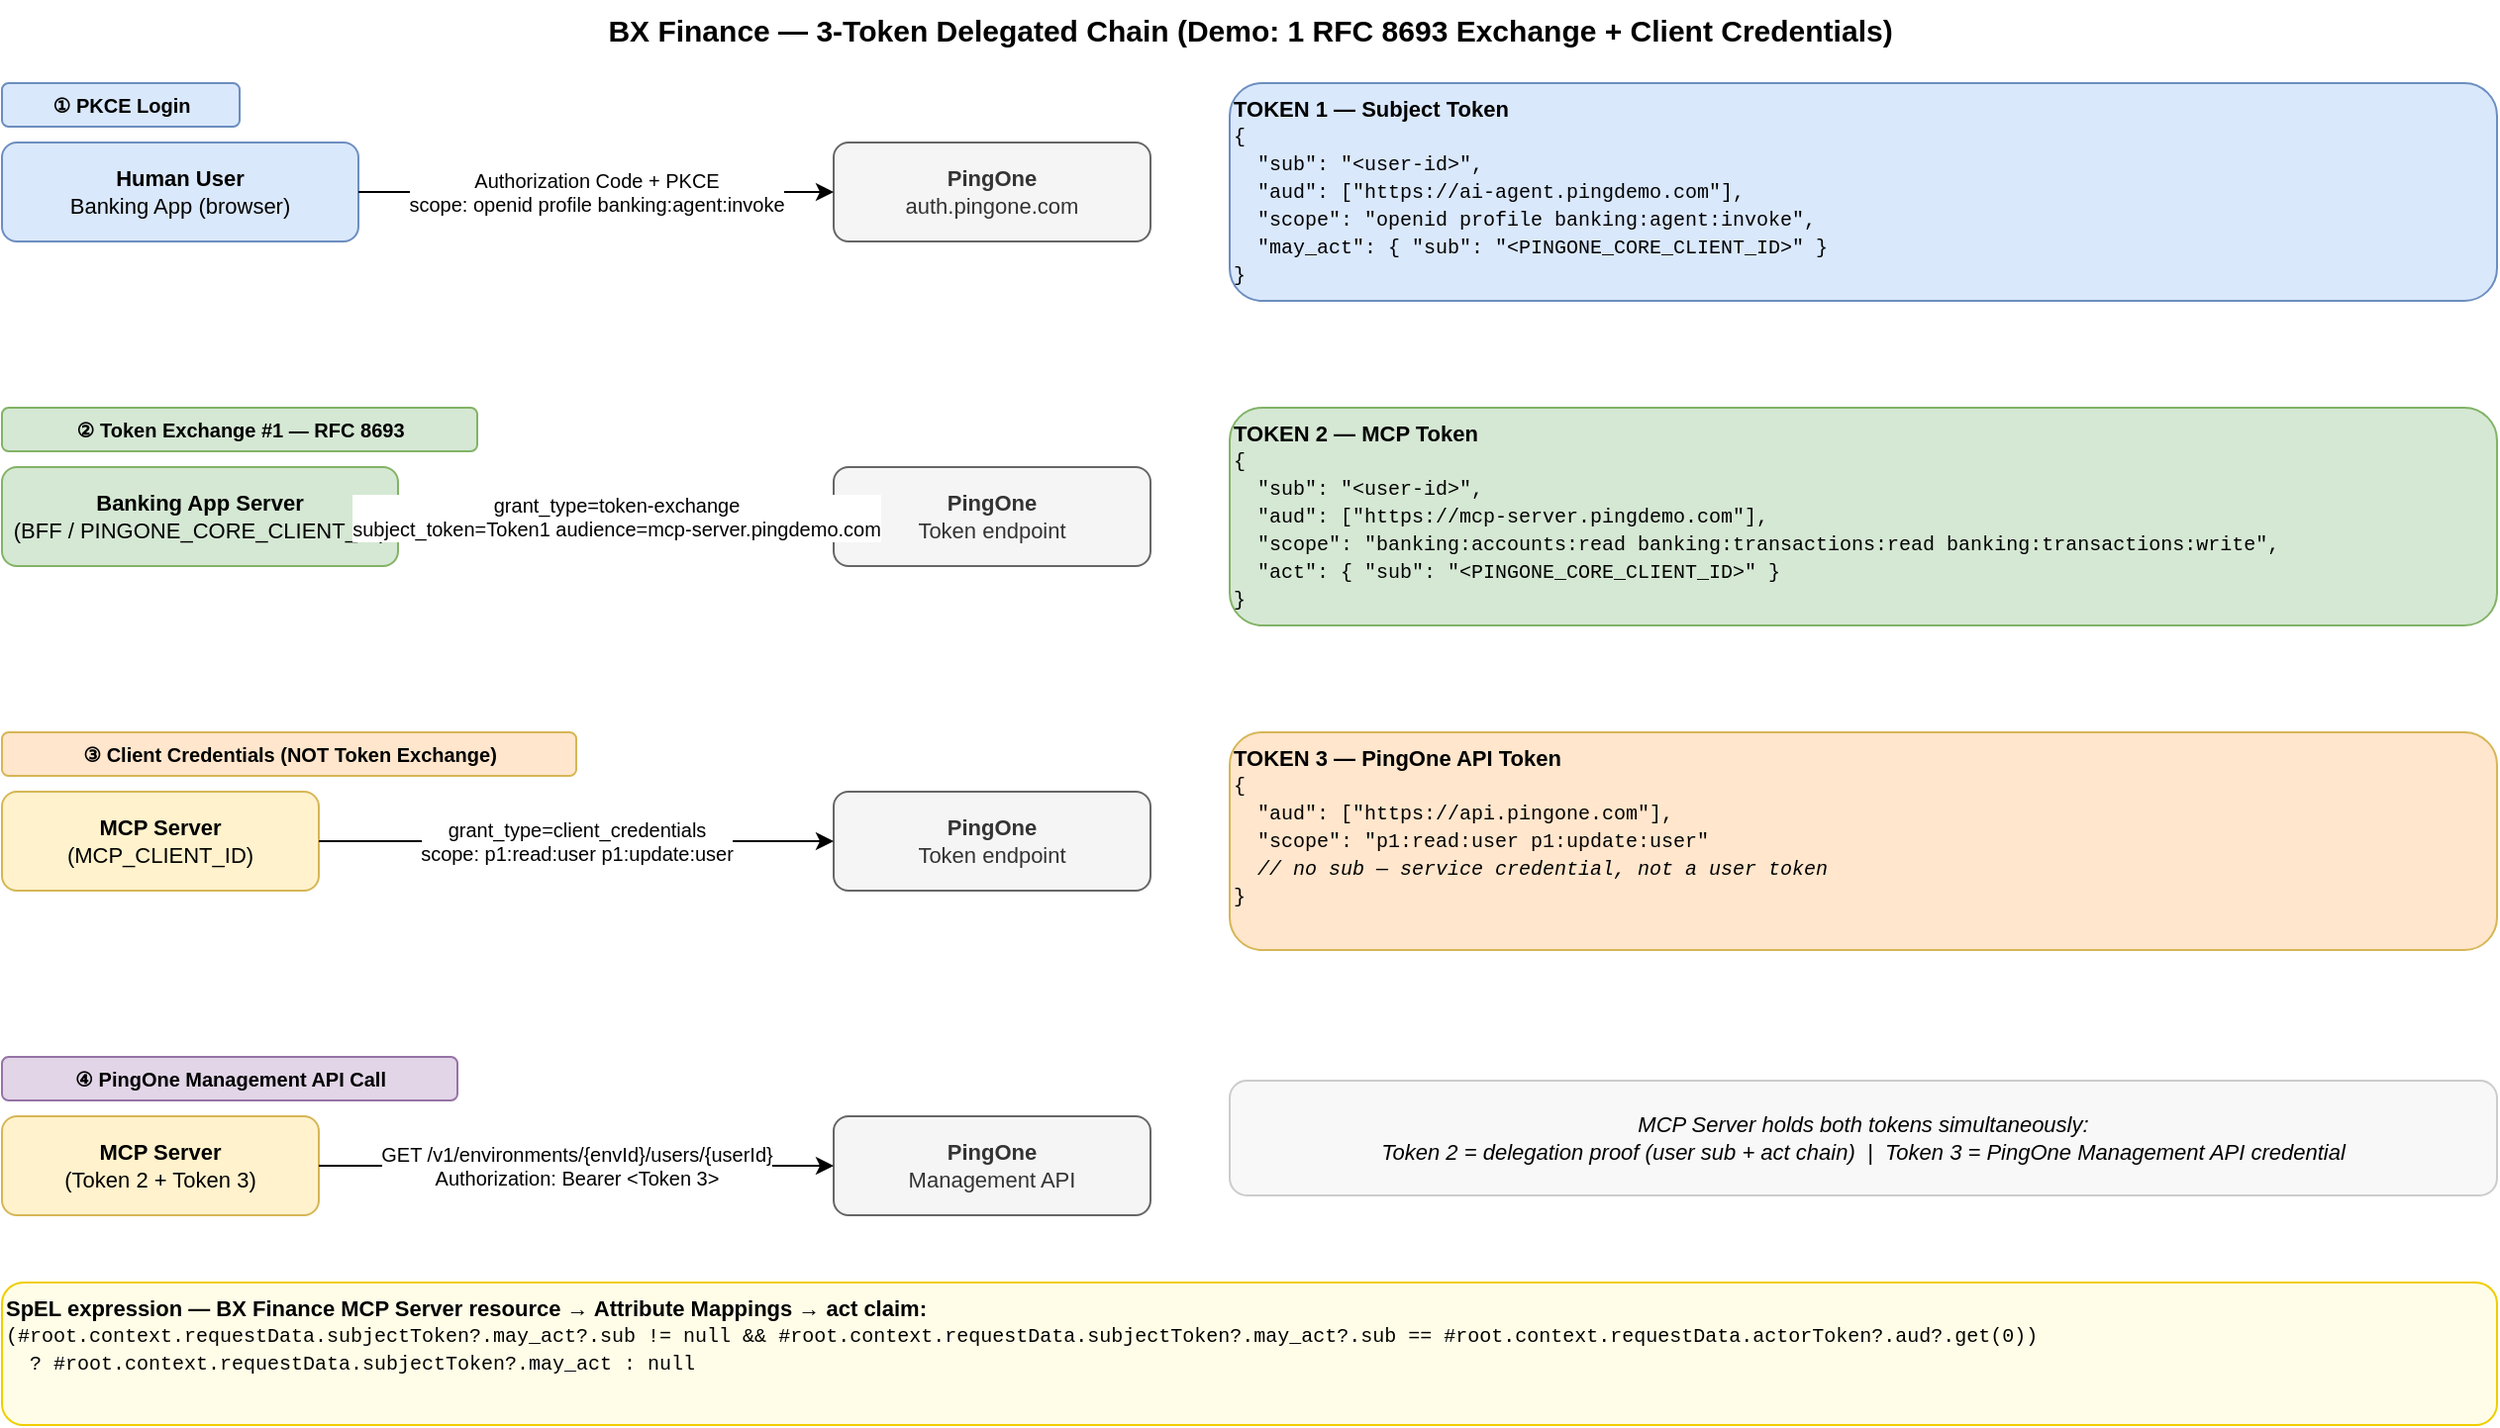
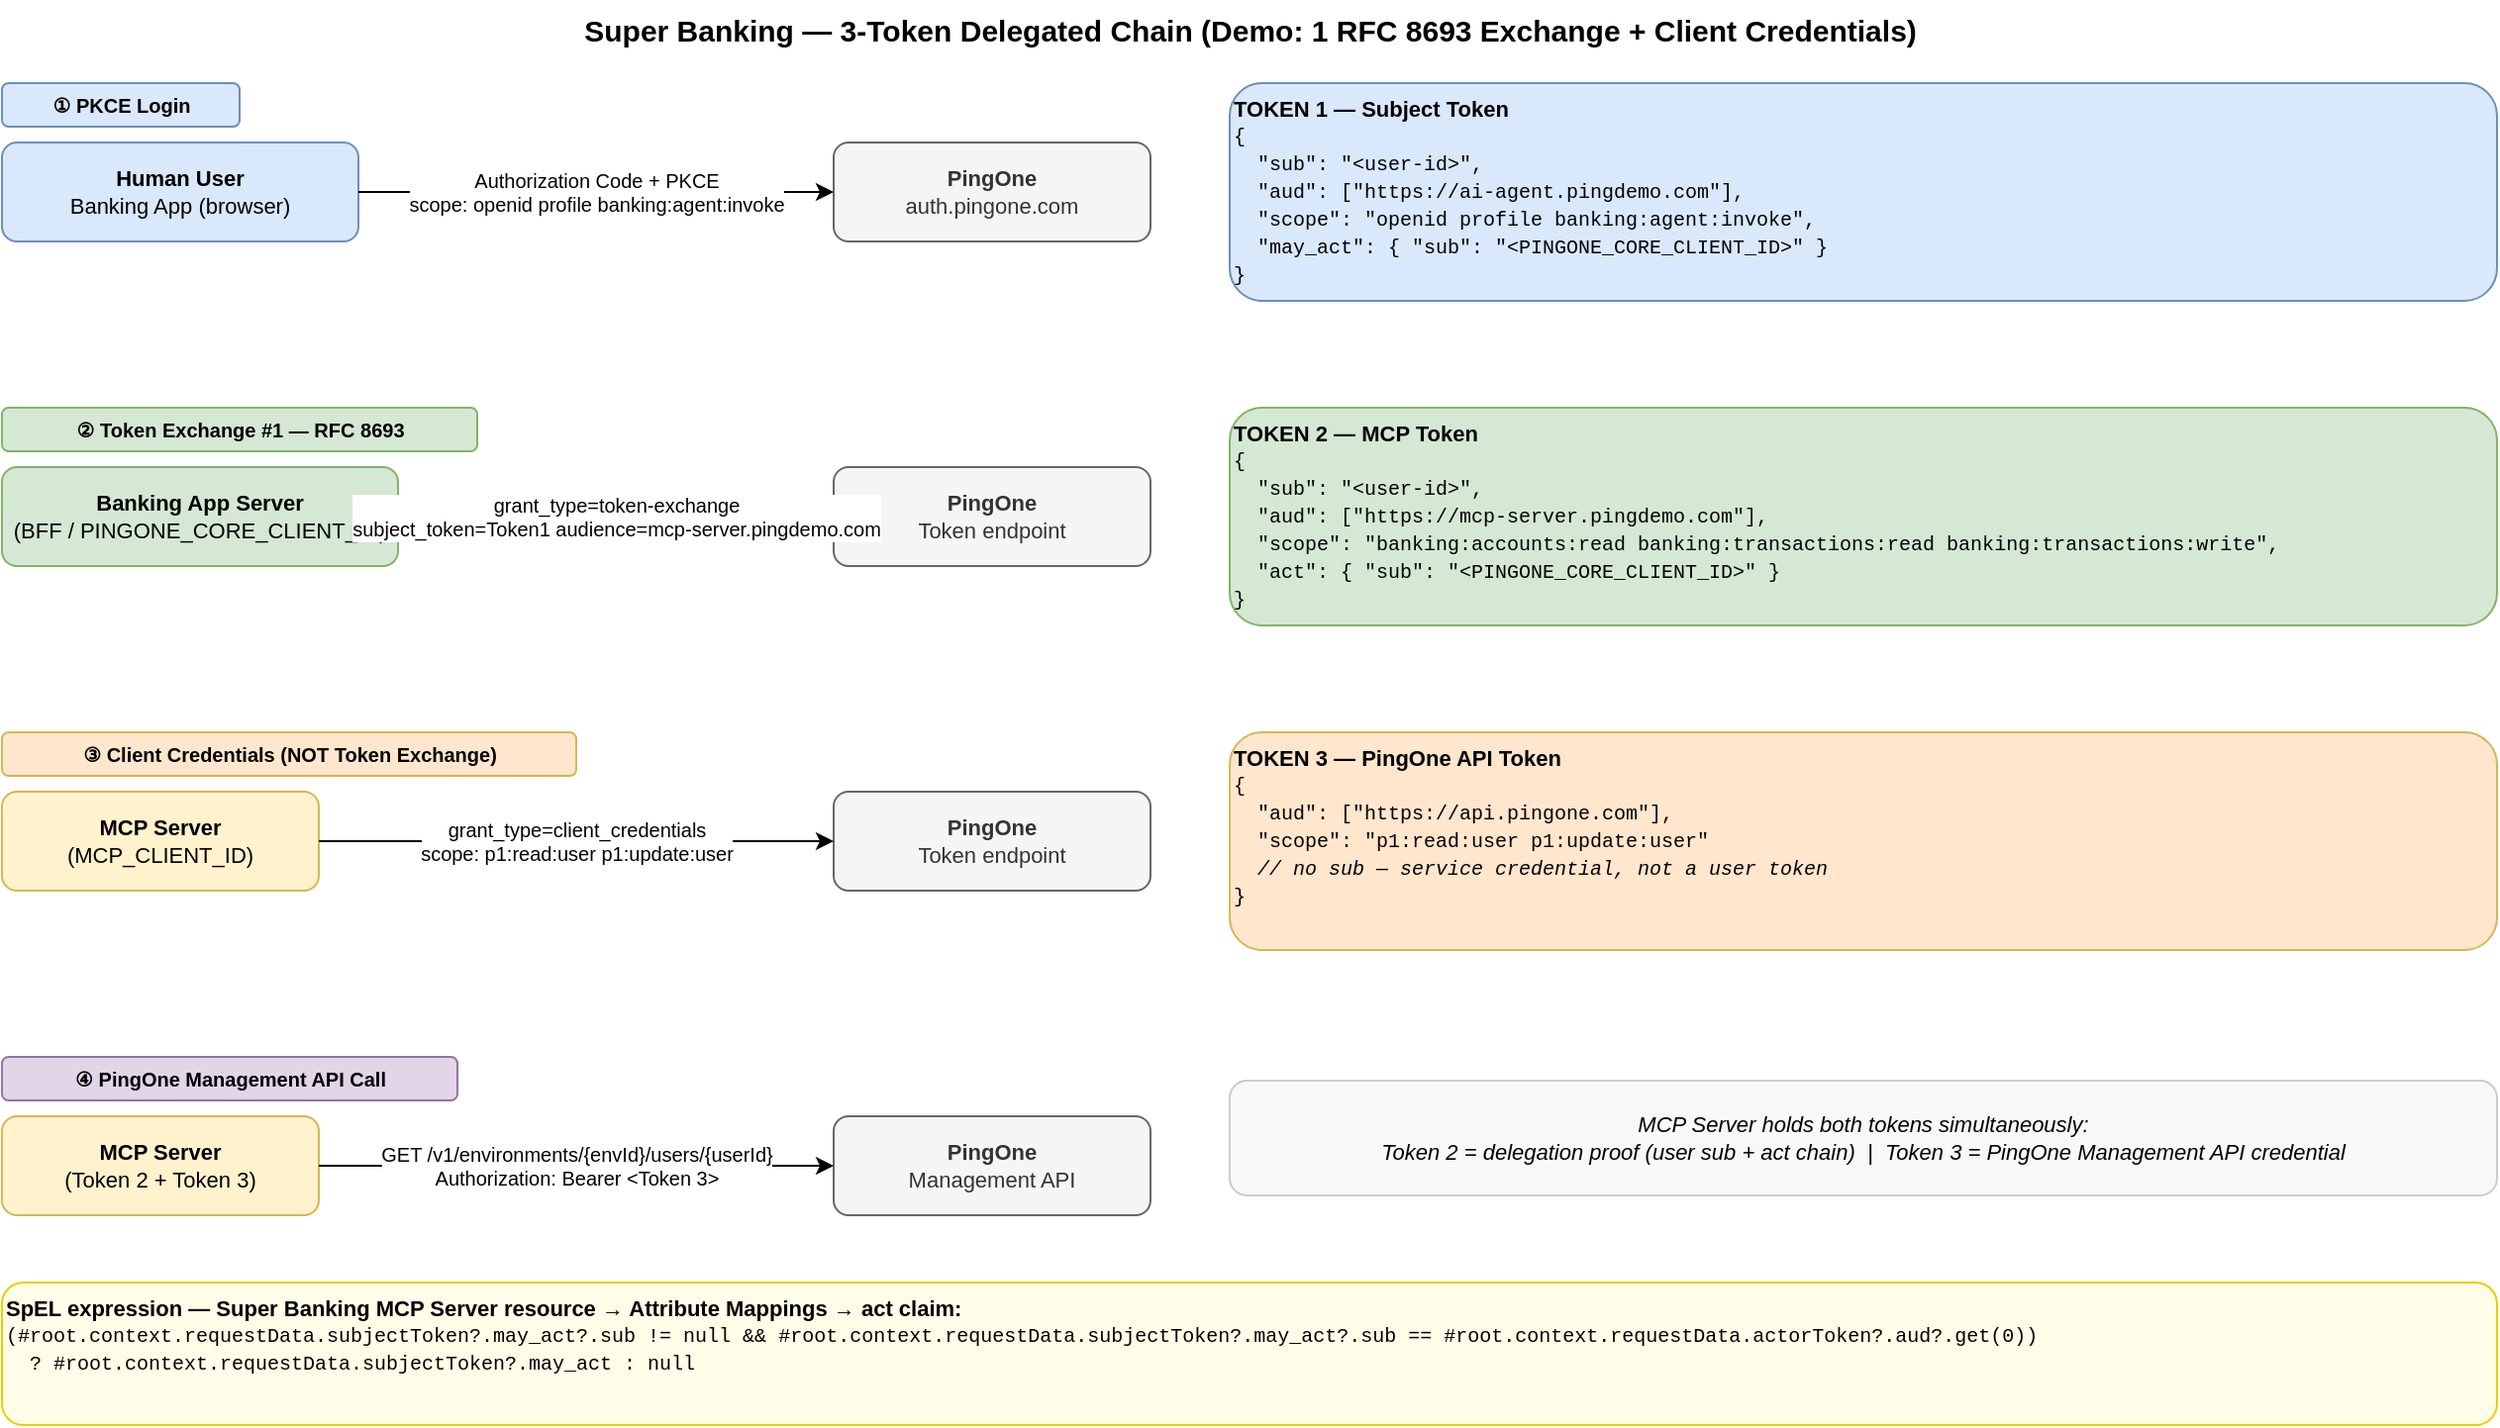
<mxGraphModel dx="1422" dy="762" grid="0" gridSize="10" guides="0" tooltips="1" connect="1" arrows="1" fold="1" page="1" pageScale="1" pageWidth="1300" pageHeight="790" math="0" shadow="0">
  <root>
    <mxCell id="0"/>
    <mxCell id="1" parent="0"/>

    <!-- Title -->
-     <mxCell id="2" value="BX Finance — 3-Token Delegated Chain (Demo: 1 RFC 8693 Exchange + Client Credentials)" style="text;html=1;strokeColor=none;fillColor=none;align=center;verticalAlign=middle;fontSize=15;fontStyle=1;" vertex="1" parent="1">
+     <mxCell id="2" value="Super Banking — 3-Token Delegated Chain (Demo: 1 RFC 8693 Exchange + Client Credentials)" style="text;html=1;strokeColor=none;fillColor=none;align=center;verticalAlign=middle;fontSize=15;fontStyle=1;" vertex="1" parent="1">
      <mxGeometry x="20" y="14" width="1260" height="30" as="geometry"/>
    </mxCell>

    <!-- ── STEP 1: PKCE Login ── -->
    <mxCell id="10" value="① PKCE Login" style="text;html=1;rounded=1;fillColor=#dae8fc;strokeColor=#6c8ebf;fontSize=10;fontStyle=1;align=center;verticalAlign=middle;" vertex="1" parent="1">
      <mxGeometry x="20" y="56" width="120" height="22" as="geometry"/>
    </mxCell>
    <mxCell id="11" value="&lt;b&gt;Human User&lt;/b&gt;&lt;br&gt;Banking App (browser)" style="rounded=1;whiteSpace=wrap;html=1;fillColor=#dae8fc;strokeColor=#6c8ebf;fontSize=11;" vertex="1" parent="1">
      <mxGeometry x="20" y="86" width="180" height="50" as="geometry"/>
    </mxCell>
    <mxCell id="12" value="&lt;b&gt;PingOne&lt;/b&gt;&lt;br&gt;auth.pingone.com" style="rounded=1;whiteSpace=wrap;html=1;fillColor=#f5f5f5;strokeColor=#666666;fontColor=#333333;fontSize=11;" vertex="1" parent="1">
      <mxGeometry x="440" y="86" width="160" height="50" as="geometry"/>
    </mxCell>
    <mxCell id="13" value="Authorization Code + PKCE&lt;br&gt;scope: openid profile banking:agent:invoke" style="edgeStyle=orthogonalEdgeStyle;html=1;fontSize=10;labelBackgroundColor=#ffffff;" edge="1" source="11" target="12" parent="1">
      <mxGeometry relative="1" as="geometry"/>
    </mxCell>
    <mxCell id="14" value="&lt;b&gt;TOKEN 1 — Subject Token&lt;/b&gt;&lt;br&gt;&lt;font face=&quot;Courier New&quot; style=&quot;font-size:10px&quot;&gt;{&lt;br&gt;&amp;nbsp;&amp;nbsp;&quot;sub&quot;: &quot;&amp;lt;user-id&amp;gt;&quot;,&lt;br&gt;&amp;nbsp;&amp;nbsp;&quot;aud&quot;: [&quot;https://ai-agent.pingdemo.com&quot;],&lt;br&gt;&amp;nbsp;&amp;nbsp;&quot;scope&quot;: &quot;openid profile banking:agent:invoke&quot;,&lt;br&gt;&amp;nbsp;&amp;nbsp;&quot;may_act&quot;: { &quot;sub&quot;: &quot;&amp;lt;PINGONE_CORE_CLIENT_ID&amp;gt;&quot; }&lt;br&gt;}&lt;/font&gt;" style="rounded=1;whiteSpace=wrap;html=1;fillColor=#dae8fc;strokeColor=#6c8ebf;align=left;verticalAlign=top;fontSize=11;" vertex="1" parent="1">
      <mxGeometry x="640" y="56" width="640" height="110" as="geometry"/>
    </mxCell>

    <!-- ── STEP 2: Token Exchange #1 (RFC 8693) ── -->
    <mxCell id="20" value="② Token Exchange #1 — RFC 8693" style="text;html=1;rounded=1;fillColor=#d5e8d4;strokeColor=#82b366;fontSize=10;fontStyle=1;align=center;verticalAlign=middle;" vertex="1" parent="1">
      <mxGeometry x="20" y="220" width="240" height="22" as="geometry"/>
    </mxCell>
    <mxCell id="21" value="&lt;b&gt;Banking App Server&lt;/b&gt;&lt;br&gt;(BFF / PINGONE_CORE_CLIENT_ID)" style="rounded=1;whiteSpace=wrap;html=1;fillColor=#d5e8d4;strokeColor=#82b366;fontSize=11;" vertex="1" parent="1">
      <mxGeometry x="20" y="250" width="200" height="50" as="geometry"/>
    </mxCell>
    <mxCell id="22" value="&lt;b&gt;PingOne&lt;/b&gt;&lt;br&gt;Token endpoint" style="rounded=1;whiteSpace=wrap;html=1;fillColor=#f5f5f5;strokeColor=#666666;fontColor=#333333;fontSize=11;" vertex="1" parent="1">
      <mxGeometry x="440" y="250" width="160" height="50" as="geometry"/>
    </mxCell>
    <mxCell id="23" value="grant_type=token-exchange&lt;br&gt;subject_token=Token1   audience=mcp-server.pingdemo.com" style="edgeStyle=orthogonalEdgeStyle;html=1;fontSize=10;labelBackgroundColor=#ffffff;" edge="1" source="21" target="22" parent="1">
      <mxGeometry relative="1" as="geometry"/>
    </mxCell>
    <mxCell id="24" value="&lt;b&gt;TOKEN 2 — MCP Token&lt;/b&gt;&lt;br&gt;&lt;font face=&quot;Courier New&quot; style=&quot;font-size:10px&quot;&gt;{&lt;br&gt;&amp;nbsp;&amp;nbsp;&quot;sub&quot;: &quot;&amp;lt;user-id&amp;gt;&quot;,&lt;br&gt;&amp;nbsp;&amp;nbsp;&quot;aud&quot;: [&quot;https://mcp-server.pingdemo.com&quot;],&lt;br&gt;&amp;nbsp;&amp;nbsp;&quot;scope&quot;: &quot;banking:accounts:read banking:transactions:read banking:transactions:write&quot;,&lt;br&gt;&amp;nbsp;&amp;nbsp;&quot;act&quot;: { &quot;sub&quot;: &quot;&amp;lt;PINGONE_CORE_CLIENT_ID&amp;gt;&quot; }&lt;br&gt;}&lt;/font&gt;" style="rounded=1;whiteSpace=wrap;html=1;fillColor=#d5e8d4;strokeColor=#82b366;align=left;verticalAlign=top;fontSize=11;" vertex="1" parent="1">
      <mxGeometry x="640" y="220" width="640" height="110" as="geometry"/>
    </mxCell>

    <!-- ── STEP 3: Client Credentials ── -->
    <mxCell id="30" value="③ Client Credentials (NOT Token Exchange)" style="text;html=1;rounded=1;fillColor=#ffe6cc;strokeColor=#d6b656;fontSize=10;fontStyle=1;align=center;verticalAlign=middle;" vertex="1" parent="1">
      <mxGeometry x="20" y="384" width="290" height="22" as="geometry"/>
    </mxCell>
    <mxCell id="31" value="&lt;b&gt;MCP Server&lt;/b&gt;&lt;br&gt;(MCP_CLIENT_ID)" style="rounded=1;whiteSpace=wrap;html=1;fillColor=#fff2cc;strokeColor=#d6b656;fontSize=11;" vertex="1" parent="1">
      <mxGeometry x="20" y="414" width="160" height="50" as="geometry"/>
    </mxCell>
    <mxCell id="32" value="&lt;b&gt;PingOne&lt;/b&gt;&lt;br&gt;Token endpoint" style="rounded=1;whiteSpace=wrap;html=1;fillColor=#f5f5f5;strokeColor=#666666;fontColor=#333333;fontSize=11;" vertex="1" parent="1">
      <mxGeometry x="440" y="414" width="160" height="50" as="geometry"/>
    </mxCell>
    <mxCell id="33" value="grant_type=client_credentials&lt;br&gt;scope: p1:read:user p1:update:user" style="edgeStyle=orthogonalEdgeStyle;html=1;fontSize=10;labelBackgroundColor=#ffffff;" edge="1" source="31" target="32" parent="1">
      <mxGeometry relative="1" as="geometry"/>
    </mxCell>
    <mxCell id="34" value="&lt;b&gt;TOKEN 3 — PingOne API Token&lt;/b&gt;&lt;br&gt;&lt;font face=&quot;Courier New&quot; style=&quot;font-size:10px&quot;&gt;{&lt;br&gt;&amp;nbsp;&amp;nbsp;&quot;aud&quot;: [&quot;https://api.pingone.com&quot;],&lt;br&gt;&amp;nbsp;&amp;nbsp;&quot;scope&quot;: &quot;p1:read:user p1:update:user&quot;&lt;br&gt;&amp;nbsp;&amp;nbsp;&lt;i&gt;// no sub — service credential, not a user token&lt;/i&gt;&lt;br&gt;}&lt;/font&gt;" style="rounded=1;whiteSpace=wrap;html=1;fillColor=#ffe6cc;strokeColor=#d6b656;align=left;verticalAlign=top;fontSize=11;" vertex="1" parent="1">
      <mxGeometry x="640" y="384" width="640" height="110" as="geometry"/>
    </mxCell>

    <!-- ── STEP 4: PingOne Management API call ── -->
    <mxCell id="40" value="④ PingOne Management API Call" style="text;html=1;rounded=1;fillColor=#e1d5e7;strokeColor=#9673a6;fontSize=10;fontStyle=1;align=center;verticalAlign=middle;" vertex="1" parent="1">
      <mxGeometry x="20" y="548" width="230" height="22" as="geometry"/>
    </mxCell>
    <mxCell id="41" value="&lt;b&gt;MCP Server&lt;/b&gt;&lt;br&gt;(Token 2 + Token 3)" style="rounded=1;whiteSpace=wrap;html=1;fillColor=#fff2cc;strokeColor=#d6b656;fontSize=11;" vertex="1" parent="1">
      <mxGeometry x="20" y="578" width="160" height="50" as="geometry"/>
    </mxCell>
    <mxCell id="42" value="&lt;b&gt;PingOne&lt;/b&gt;&lt;br&gt;Management API" style="rounded=1;whiteSpace=wrap;html=1;fillColor=#f5f5f5;strokeColor=#666666;fontColor=#333333;fontSize=11;" vertex="1" parent="1">
      <mxGeometry x="440" y="578" width="160" height="50" as="geometry"/>
    </mxCell>
    <mxCell id="43" value="GET /v1/environments/{envId}/users/{userId}&lt;br&gt;Authorization: Bearer &amp;lt;Token 3&amp;gt;" style="edgeStyle=orthogonalEdgeStyle;html=1;fontSize=10;labelBackgroundColor=#ffffff;" edge="1" source="41" target="42" parent="1">
      <mxGeometry relative="1" as="geometry"/>
    </mxCell>
    <mxCell id="44" value="&lt;i&gt;MCP Server holds both tokens simultaneously:&lt;br&gt;Token 2 = delegation proof (user sub + act chain) &amp;nbsp;|&amp;nbsp; Token 3 = PingOne Management API credential&lt;/i&gt;" style="rounded=1;whiteSpace=wrap;html=1;fillColor=#f8f8f8;strokeColor=#cccccc;align=center;fontSize=11;" vertex="1" parent="1">
      <mxGeometry x="640" y="560" width="640" height="58" as="geometry"/>
    </mxCell>

    <!-- ── SpEL expression (act claim) ── -->
-     <mxCell id="50" value="&lt;b&gt;SpEL expression — BX Finance MCP Server resource → Attribute Mappings → act claim:&lt;/b&gt;&lt;br&gt;&lt;font face=&quot;Courier New&quot; style=&quot;font-size:10px&quot;&gt;(#root.context.requestData.subjectToken?.may_act?.sub != null &amp;amp;&amp;amp; #root.context.requestData.subjectToken?.may_act?.sub == #root.context.requestData.actorToken?.aud?.get(0))&lt;br&gt;&amp;nbsp;&amp;nbsp;? #root.context.requestData.subjectToken?.may_act : null&lt;/font&gt;" style="rounded=1;whiteSpace=wrap;html=1;fillColor=#fffde7;strokeColor=#f0cd00;align=left;verticalAlign=top;fontSize=11;" vertex="1" parent="1">
+     <mxCell id="50" value="&lt;b&gt;SpEL expression — Super Banking MCP Server resource → Attribute Mappings → act claim:&lt;/b&gt;&lt;br&gt;&lt;font face=&quot;Courier New&quot; style=&quot;font-size:10px&quot;&gt;(#root.context.requestData.subjectToken?.may_act?.sub != null &amp;amp;&amp;amp; #root.context.requestData.subjectToken?.may_act?.sub == #root.context.requestData.actorToken?.aud?.get(0))&lt;br&gt;&amp;nbsp;&amp;nbsp;? #root.context.requestData.subjectToken?.may_act : null&lt;/font&gt;" style="rounded=1;whiteSpace=wrap;html=1;fillColor=#fffde7;strokeColor=#f0cd00;align=left;verticalAlign=top;fontSize=11;" vertex="1" parent="1">
      <mxGeometry x="20" y="662" width="1260" height="72" as="geometry"/>
    </mxCell>

  </root>
</mxGraphModel>
